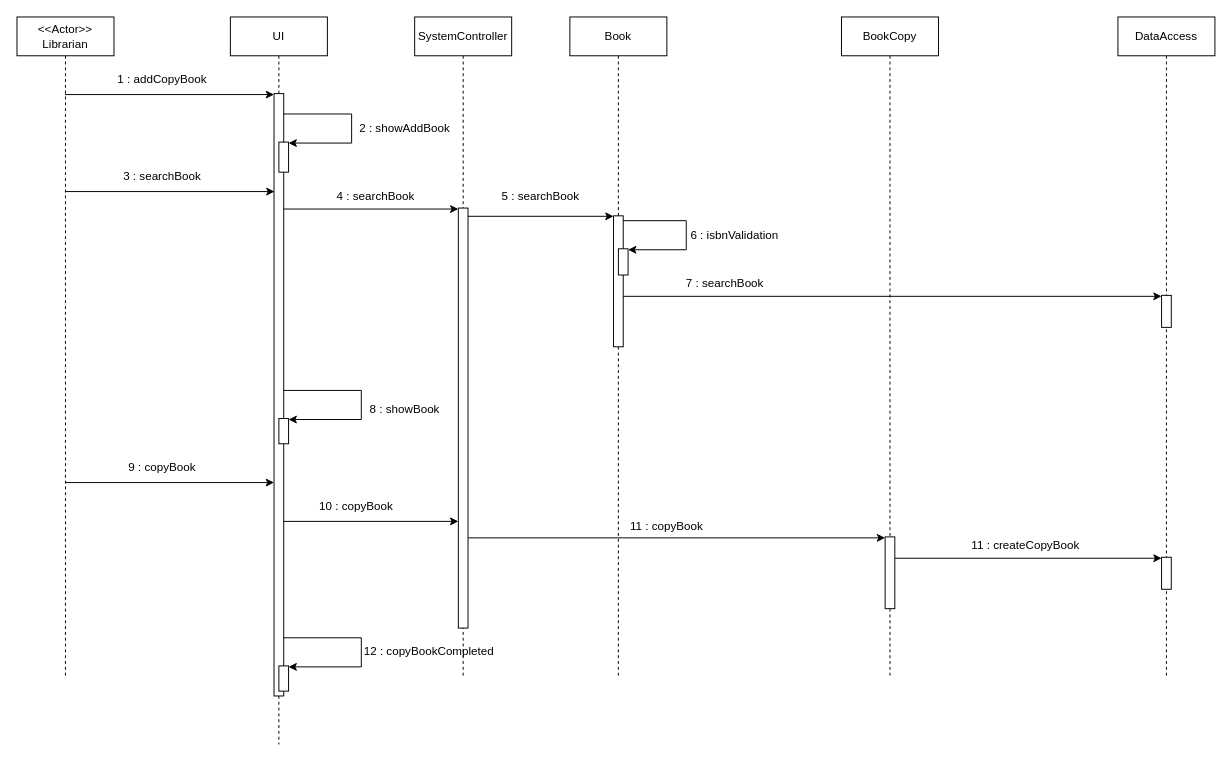
Above: design/addCopyBook_4.drawio in hoangson1989/Java-MPP-Library (draw.io), before the change. Source tidied: cells renumbered, new cells numbered last; positions are measured from the earlier drawing's top-left corner, leaving out a move shared by most shapes. Both pictures are drawn from the tidied source at 97%, with x=0, y=0 at pixel (16, 16).
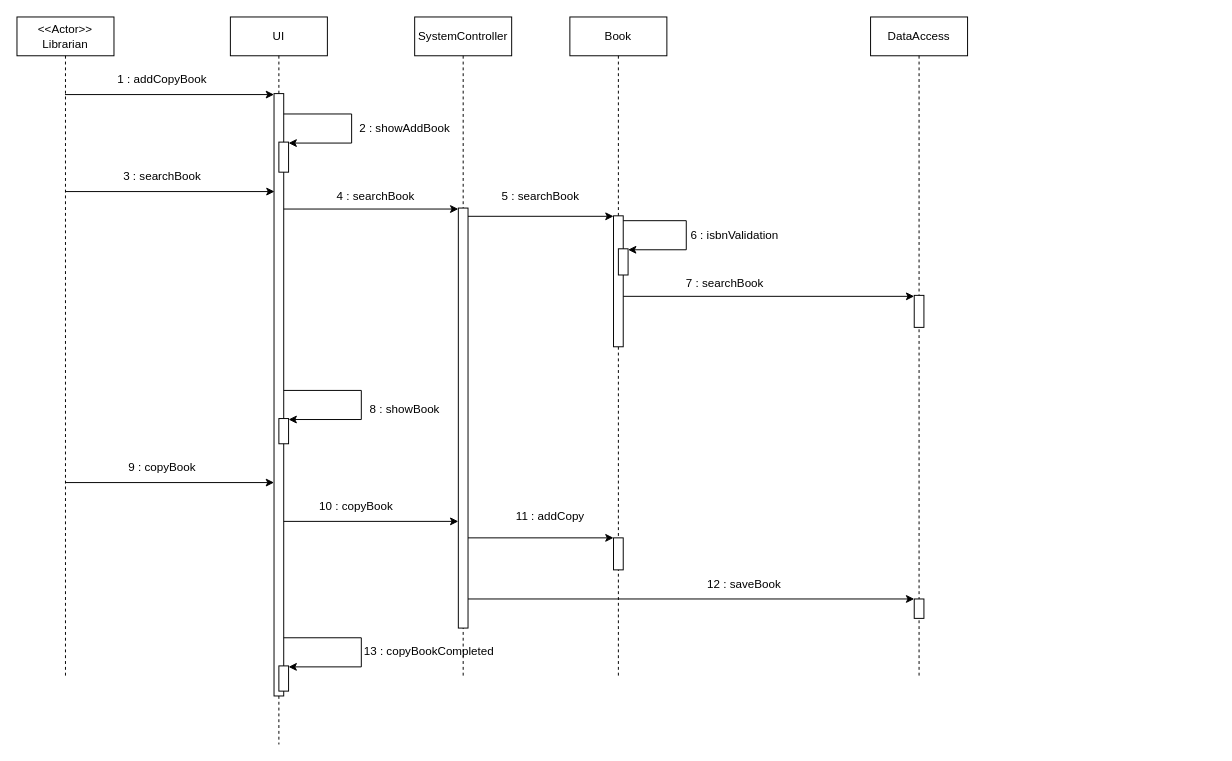
The same page after the edit.

The change refers to these unchanged cells:
```xml
<mxCell id="10" style="html=1;points=[];perimeter=orthogonalPerimeter;outlineConnect=0;targetShapes=umlLifeline;portConstraint=eastwest;newEdgeStyle={&quot;edgeStyle&quot;:&quot;elbowEdgeStyle&quot;,&quot;elbow&quot;:&quot;vertical&quot;,&quot;curved&quot;:0,&quot;rounded&quot;:0};" parent="9" vertex="1">
  <mxGeometry x="45" y="197" width="10" height="433" as="geometry" />
</mxCell>
<mxCell id="11" value="Book" style="shape=umlLifeline;perimeter=lifelinePerimeter;whiteSpace=wrap;html=1;newEdgeStyle={&quot;edgeStyle&quot;:&quot;elbowEdgeStyle&quot;,&quot;elbow&quot;:&quot;vertical&quot;,&quot;curved&quot;:0,&quot;rounded&quot;:0};" parent="1" vertex="1">
  <mxGeometry x="570" width="100" height="680" as="geometry" />
</mxCell>
```

Change to the diagram source:
```diff
@@
+    <mxCell id="44" style="html=1;points=[];perimeter=orthogonalPerimeter;outlineConnect=0;targetShapes=umlLifeline;portConstraint=eastwest;newEdgeStyle={&quot;edgeStyle&quot;:&quot;elbowEdgeStyle&quot;,&quot;elbow&quot;:&quot;vertical&quot;,&quot;curved&quot;:0,&quot;rounded&quot;:0};" parent="11" vertex="1">
+      <mxGeometry x="45" y="537" width="10" height="33" as="geometry" />
+    </mxCell>
@@
     <mxCell id="22" value="DataAccess" style="shape=umlLifeline;perimeter=lifelinePerimeter;whiteSpace=wrap;html=1;newEdgeStyle={&quot;edgeStyle&quot;:&quot;elbowEdgeStyle&quot;,&quot;elbow&quot;:&quot;vertical&quot;,&quot;curved&quot;:0,&quot;rounded&quot;:0};" parent="1" vertex="1">
-      <mxGeometry x="1135" width="100" height="680" as="geometry" />
+      <mxGeometry x="880" width="100" height="680" as="geometry" />
     </mxCell>
@@
     <mxCell id="24" style="html=1;points=[];perimeter=orthogonalPerimeter;outlineConnect=0;targetShapes=umlLifeline;portConstraint=eastwest;newEdgeStyle={&quot;edgeStyle&quot;:&quot;elbowEdgeStyle&quot;,&quot;elbow&quot;:&quot;vertical&quot;,&quot;curved&quot;:0,&quot;rounded&quot;:0};" parent="22" vertex="1">
-      <mxGeometry x="45" y="557" width="10" height="33" as="geometry" />
+      <mxGeometry x="45" y="600" width="10" height="20" as="geometry" />
     </mxCell>
@@
-    <mxCell id="35" value="BookCopy" style="shape=umlLifeline;perimeter=lifelinePerimeter;whiteSpace=wrap;html=1;newEdgeStyle={&quot;edgeStyle&quot;:&quot;elbowEdgeStyle&quot;,&quot;elbow&quot;:&quot;vertical&quot;,&quot;curved&quot;:0,&quot;rounded&quot;:0};" parent="1" vertex="1">
-      <mxGeometry x="850" width="100" height="680" as="geometry" />
-    </mxCell>
-    <mxCell id="36" style="html=1;perimeter=orthogonalPerimeter;targetShapes=umlLifeline;newEdgeStyle={&quot;edgeStyle&quot;:&quot;elbowEdgeStyle&quot;,&quot;elbow&quot;:&quot;vertical&quot;,&quot;curved&quot;:0,&quot;rounded&quot;:0};" parent="35" vertex="1">
-      <mxGeometry x="45" y="536" width="10" height="74" as="geometry" />
-    </mxCell>
-    <mxCell id="37" style="endArrow=classic;html=1;rounded=0;" parent="1" edge="1">
+    <mxCell id="37" style="endArrow=classic;html=1;rounded=0;" parent="1" edge="1" target="44">
       <mxGeometry relative="1" as="geometry">
         <mxPoint x="465" y="537" as="sourcePoint" />
-        <mxPoint x="895" y="537" as="targetPoint" />
       </mxGeometry>
     </mxCell>
-    <mxCell id="38" value="11 : copyBook" style="text;html=1;strokeColor=none;fillColor=none;align=center;verticalAlign=middle;whiteSpace=wrap;rounded=0;" parent="1" vertex="1">
-      <mxGeometry x="610" y="510" width="120" height="30" as="geometry" />
+    <mxCell id="38" value="11 : addCopy" style="text;html=1;strokeColor=none;fillColor=none;align=center;verticalAlign=middle;whiteSpace=wrap;rounded=0;" parent="1" vertex="1">
+      <mxGeometry x="490" y="500" width="120" height="30" as="geometry" />
     </mxCell>
-    <mxCell id="39" style="endArrow=classic;html=1;rounded=0;" parent="1" edge="1">
-      <mxGeometry relative="1" as="geometry">
-        <mxPoint x="905" y="558" as="sourcePoint" />
-        <mxPoint x="1180" y="558" as="targetPoint" />
-      </mxGeometry>
-    </mxCell>
-    <mxCell id="40" value="11 : createCopyBook" style="text;html=1;strokeColor=none;fillColor=none;align=center;verticalAlign=middle;whiteSpace=wrap;rounded=0;" parent="1" vertex="1">
-      <mxGeometry x="980" y="530" width="120" height="30" as="geometry" />
-    </mxCell>
@@
-    <mxCell id="43" value="12 : copyBookCompleted" style="text;html=1;strokeColor=none;fillColor=none;align=center;verticalAlign=middle;whiteSpace=wrap;rounded=0;" parent="1" vertex="1">
+    <mxCell id="43" value="13 : copyBookCompleted" style="text;html=1;strokeColor=none;fillColor=none;align=center;verticalAlign=middle;whiteSpace=wrap;rounded=0;" parent="1" vertex="1">
       <mxGeometry x="340" y="639" width="170" height="30" as="geometry" />
     </mxCell>
+    <mxCell id="45" style="endArrow=classic;html=1;rounded=0;" parent="1" edge="1" source="10" target="24">
+      <mxGeometry relative="1" as="geometry" />
+    </mxCell>
+    <mxCell id="46" value="12 : saveBook" style="text;html=1;strokeColor=none;fillColor=none;align=center;verticalAlign=middle;whiteSpace=wrap;rounded=0;" parent="1" vertex="1">
+      <mxGeometry x="690" y="570" width="120" height="30" as="geometry" />
+    </mxCell>
```
